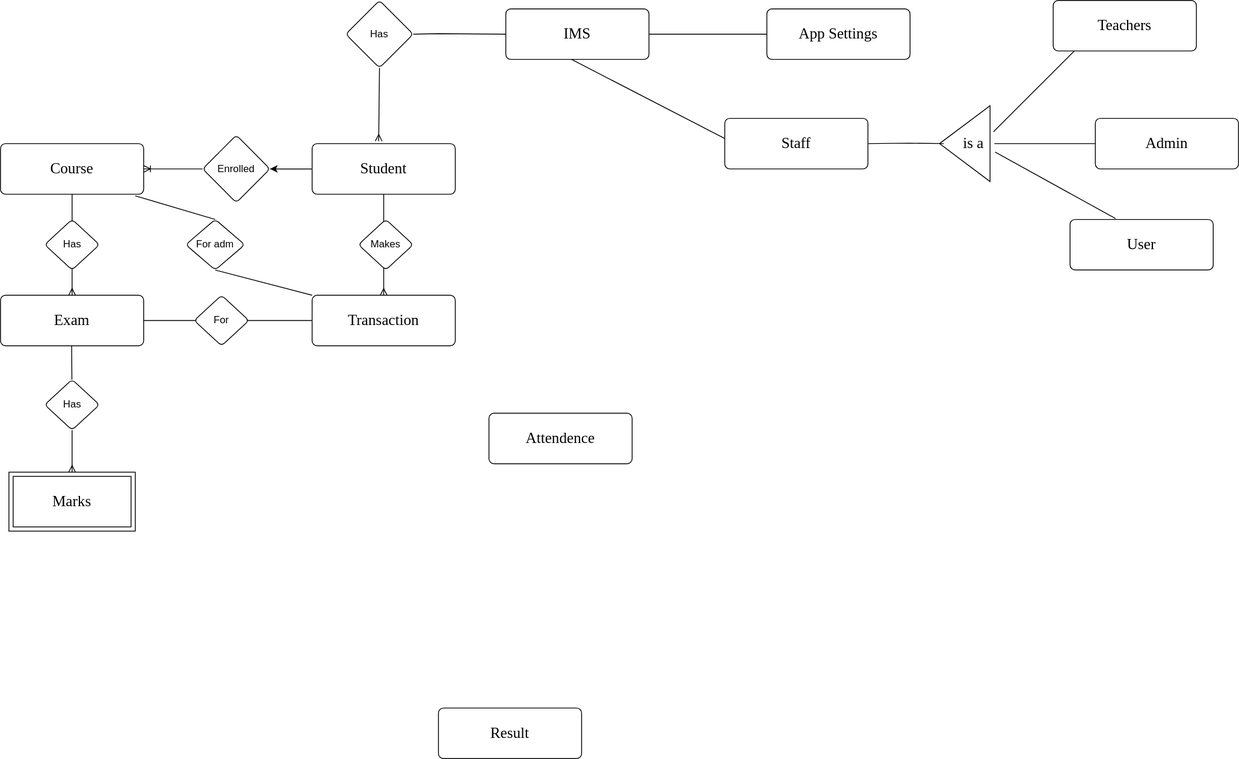
The draw.io diagram IMS E-R .drawio.svg in IshuPrabhakar/Institute-Management-System, before a commit. Source tidied: cells renumbered, new cells last; positions are measured from the earlier drawing's top-left corner, leaving out a move shared by most shapes.
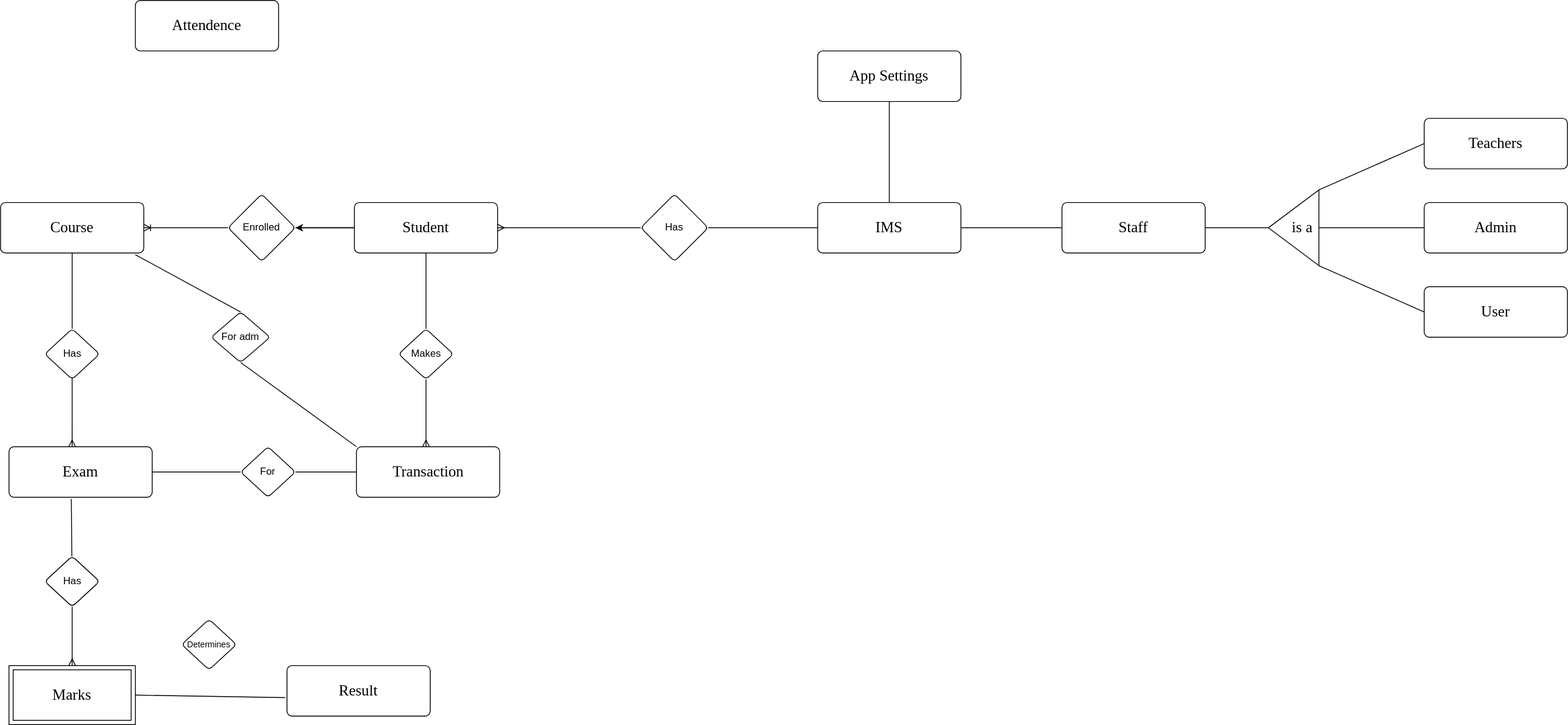
Above is the later version.

The edit, as a diff of the source:
```diff
@@ -7,52 +7,52 @@
     </mxCell>
     <object id="3" label="&lt;font face=&quot;Poppins&quot; style=&quot;font-size: 18px;&quot;&gt;Student&lt;/font&gt;" placeholders="1">
       <mxCell style="rounded=1;arcSize=10;whiteSpace=wrap;html=1;align=center;" parent="1" vertex="1">
-        <mxGeometry x="370" y="170" width="170" height="60" as="geometry" />
+        <mxGeometry x="50" width="170" height="60" as="geometry" />
       </mxCell>
     </object>
     <object id="4" label="&lt;font face=&quot;Poppins&quot; style=&quot;font-size: 18px;&quot;&gt;Course&lt;/font&gt;" placeholders="1">
       <mxCell style="rounded=1;arcSize=10;whiteSpace=wrap;html=1;align=center;" parent="1" vertex="1">
-        <mxGeometry y="170" width="170" height="60" as="geometry" />
+        <mxGeometry x="-370" width="170" height="60" as="geometry" />
       </mxCell>
     </object>
     <object id="5" label="&lt;font face=&quot;Poppins&quot; style=&quot;font-size: 18px;&quot;&gt;Attendence&lt;/font&gt;" placeholders="1">
       <mxCell style="rounded=1;arcSize=10;whiteSpace=wrap;html=1;align=center;" parent="1" vertex="1">
-        <mxGeometry x="580" y="490" width="170" height="60" as="geometry" />
+        <mxGeometry x="-210" y="-240" width="170" height="60" as="geometry" />
       </mxCell>
     </object>
     <object id="6" label="&lt;font face=&quot;Poppins&quot; style=&quot;font-size: 18px;&quot;&gt;Transaction&lt;/font&gt;" placeholders="1">
       <mxCell style="rounded=1;arcSize=10;whiteSpace=wrap;html=1;align=center;" parent="1" vertex="1">
-        <mxGeometry x="370" y="350" width="170" height="60" as="geometry" />
+        <mxGeometry x="52.5" y="290" width="170" height="60" as="geometry" />
       </mxCell>
     </object>
     <object id="7" label="&lt;font face=&quot;Poppins&quot; style=&quot;font-size: 18px;&quot;&gt;Exam&lt;/font&gt;" placeholders="1">
       <mxCell style="rounded=1;arcSize=10;whiteSpace=wrap;html=1;align=center;" parent="1" vertex="1">
-        <mxGeometry y="350" width="170" height="60" as="geometry" />
+        <mxGeometry x="-360" y="290" width="170" height="60" as="geometry" />
       </mxCell>
     </object>
     <object id="8" label="&lt;font face=&quot;Poppins&quot; style=&quot;font-size: 18px;&quot;&gt;Staff&lt;/font&gt;" placeholders="1">
       <mxCell style="rounded=1;arcSize=10;whiteSpace=wrap;html=1;align=center;" parent="1" vertex="1">
-        <mxGeometry x="860" y="140" width="170" height="60" as="geometry" />
+        <mxGeometry x="890" width="170" height="60" as="geometry" />
       </mxCell>
     </object>
     <object id="9" label="&lt;font face=&quot;Poppins&quot; style=&quot;font-size: 18px;&quot;&gt;User&lt;/font&gt;" placeholders="1">
       <mxCell style="rounded=1;arcSize=10;whiteSpace=wrap;html=1;align=center;" parent="1" vertex="1">
-        <mxGeometry x="1270" y="260" width="170" height="60" as="geometry" />
+        <mxGeometry x="1320" y="100" width="170" height="60" as="geometry" />
       </mxCell>
     </object>
     <object id="10" label="&lt;font face=&quot;Poppins&quot; style=&quot;font-size: 18px;&quot;&gt;App Settings&lt;/font&gt;" placeholders="1">
       <mxCell style="rounded=1;arcSize=10;whiteSpace=wrap;html=1;align=center;" parent="1" vertex="1">
-        <mxGeometry x="910" y="10" width="170" height="60" as="geometry" />
+        <mxGeometry x="600" y="-180" width="170" height="60" as="geometry" />
       </mxCell>
     </object>
     <object id="11" label="&lt;font face=&quot;Poppins&quot;&gt;&lt;span style=&quot;font-size: 18px;&quot;&gt;Admin&lt;/span&gt;&lt;/font&gt;" placeholders="1">
       <mxCell style="rounded=1;arcSize=10;whiteSpace=wrap;html=1;align=center;" parent="1" vertex="1">
-        <mxGeometry x="1300" y="140" width="170" height="60" as="geometry" />
+        <mxGeometry x="1320" width="170" height="60" as="geometry" />
       </mxCell>
     </object>
     <object id="12" label="&lt;font face=&quot;Poppins&quot;&gt;&lt;span style=&quot;font-size: 18px;&quot;&gt;Result&lt;/span&gt;&lt;/font&gt;" placeholders="1">
       <mxCell style="rounded=1;arcSize=10;whiteSpace=wrap;html=1;align=center;" parent="1" vertex="1">
-        <mxGeometry x="520" y="840" width="170" height="60" as="geometry" />
+        <mxGeometry x="-30" y="550" width="170" height="60" as="geometry" />
       </mxCell>
     </object>
     <mxCell id="13" style="edgeStyle=entityRelationEdgeStyle;fontSize=12;html=1;endArrow=ERoneToMany;rounded=0;fontFamily=Times New Roman;entryX=1;entryY=0.5;entryDx=0;entryDy=0;exitX=0;exitY=0.5;exitDx=0;exitDy=0;startArrow=none;" parent="1" edge="1" source="24" target="4">
@@ -60,110 +60,113 @@
     </mxCell>
     <object id="14" label="&lt;font face=&quot;Poppins&quot; style=&quot;font-size: 18px;&quot;&gt;IMS&lt;/font&gt;" placeholders="1">
       <mxCell style="rounded=1;arcSize=10;whiteSpace=wrap;html=1;align=center;" parent="1" vertex="1">
-        <mxGeometry x="600" y="10" width="170" height="60" as="geometry" />
+        <mxGeometry x="600" width="170" height="60" as="geometry" />
       </mxCell>
     </object>
-    <mxCell id="15" style="endArrow=none;html=1;rounded=0;fontFamily=Times New Roman;fontSize=18;entryX=0;entryY=0.4;entryDx=0;entryDy=0;entryPerimeter=0;exitX=0.459;exitY=1;exitDx=0;exitDy=0;exitPerimeter=0;" parent="1" edge="1" source="14" target="8">
+    <mxCell id="15" style="endArrow=none;html=1;rounded=0;fontFamily=Times New Roman;fontSize=18;entryX=0;entryY=0.5;entryDx=0;entryDy=0;exitX=1;exitY=0.5;exitDx=0;exitDy=0;" parent="1" edge="1" source="14" target="8">
       <mxGeometry relative="1" as="geometry" />
     </mxCell>
-    <mxCell id="16" style="endArrow=none;html=1;rounded=0;fontFamily=Times New Roman;fontSize=18;entryX=0;entryY=0.5;entryDx=0;entryDy=0;" parent="1" edge="1" target="10">
-      <mxGeometry relative="1" as="geometry">
-        <mxPoint x="770" y="40" as="sourcePoint" />
-      </mxGeometry>
+    <mxCell id="16" style="endArrow=none;html=1;rounded=0;fontFamily=Times New Roman;fontSize=18;entryX=0.5;entryY=1;entryDx=0;entryDy=0;exitX=0.5;exitY=0;exitDx=0;exitDy=0;" parent="1" edge="1" source="14" target="10">
+      <mxGeometry relative="1" as="geometry" />
     </mxCell>
     <mxCell id="17" style="verticalLabelPosition=bottom;verticalAlign=top;html=1;shape=mxgraph.basic.acute_triangle;dx=0.5;fontFamily=Times New Roman;fontSize=18;strokeWidth=1;rotation=-90;" parent="1" vertex="1">
-      <mxGeometry x="1100" y="140" width="90" height="60" as="geometry" />
+      <mxGeometry x="1120" width="90" height="60" as="geometry" />
     </mxCell>
     <mxCell id="18" value="is a" style="text;html=1;align=center;verticalAlign=middle;points=[];fillColor=none;strokeColor=none;rounded=0;fontFamily=Times New Roman;fontSize=18;" parent="1" vertex="1">
-      <mxGeometry x="1130" y="150" width="50" height="40" as="geometry" />
+      <mxGeometry x="1150" y="10" width="50" height="40" as="geometry" />
     </mxCell>
-    <mxCell id="19" style="endArrow=none;html=1;rounded=0;fontFamily=Times New Roman;fontSize=18;entryX=0.656;entryY=1.067;entryDx=0;entryDy=0;entryPerimeter=0;startArrow=none;exitX=0.5;exitY=0;exitDx=0;exitDy=0;" parent="1" edge="1" source="21" target="17">
+    <mxCell id="19" style="endArrow=none;html=1;rounded=0;fontFamily=Times New Roman;fontSize=18;startArrow=none;exitX=0;exitY=0.5;exitDx=0;exitDy=0;entryX=1;entryY=1;entryDx=0;entryDy=0;entryPerimeter=0;" parent="1" edge="1" source="21" target="17">
       <mxGeometry relative="1" as="geometry" />
     </mxCell>
-    <mxCell id="20" style="endArrow=none;html=1;rounded=0;fontFamily=Times New Roman;fontSize=18;entryX=0.318;entryY=-0.017;entryDx=0;entryDy=0;exitX=1.02;exitY=0.75;exitDx=0;exitDy=0;exitPerimeter=0;entryPerimeter=0;" parent="1" edge="1" source="18" target="9">
+    <mxCell id="20" style="endArrow=none;html=1;rounded=0;fontFamily=Times New Roman;fontSize=18;entryX=0;entryY=0.5;entryDx=0;entryDy=0;exitX=0;exitY=1;exitDx=0;exitDy=0;exitPerimeter=0;" parent="1" edge="1" source="17" target="9">
       <mxGeometry relative="1" as="geometry" />
     </mxCell>
     <object id="21" label="&lt;font face=&quot;Poppins&quot;&gt;&lt;span style=&quot;font-size: 18px;&quot;&gt;Teachers&lt;/span&gt;&lt;/font&gt;" placeholders="1">
       <mxCell style="rounded=1;arcSize=10;whiteSpace=wrap;html=1;align=center;" parent="1" vertex="1">
-        <mxGeometry x="1250" width="170" height="60" as="geometry" />
+        <mxGeometry x="1320" y="-100" width="170" height="60" as="geometry" />
       </mxCell>
     </object>
-    <mxCell id="22" style="endArrow=none;html=1;rounded=0;fontFamily=Times New Roman;fontSize=18;entryX=0;entryY=0.5;entryDx=0;entryDy=0;" parent="1" edge="1" source="18" target="11">
+    <mxCell id="22" style="endArrow=none;html=1;rounded=0;fontFamily=Times New Roman;fontSize=18;entryX=0;entryY=0.5;entryDx=0;entryDy=0;exitX=0.5;exitY=1;exitDx=0;exitDy=0;exitPerimeter=0;" parent="1" edge="1" source="17" target="11">
       <mxGeometry relative="1" as="geometry" />
     </mxCell>
-    <mxCell id="23" style="endArrow=none;html=1;rounded=0;fontFamily=Times New Roman;fontSize=18;" parent="1" edge="1">
-      <mxGeometry relative="1" as="geometry">
-        <mxPoint x="1030" y="170" as="sourcePoint" />
-        <mxPoint x="1120" y="170" as="targetPoint" />
-        <Array as="points">
-          <mxPoint x="1080" y="169.5" />
-        </Array>
-      </mxGeometry>
+    <mxCell id="23" style="endArrow=none;html=1;rounded=0;fontFamily=Times New Roman;fontSize=18;exitX=1;exitY=0.5;exitDx=0;exitDy=0;entryX=0;entryY=0;entryDx=45;entryDy=0;entryPerimeter=0;" parent="1" edge="1" source="8" target="17">
+      <mxGeometry relative="1" as="geometry" />
     </mxCell>
     <mxCell id="24" value="Enrolled" style="rhombus;whiteSpace=wrap;html=1;rounded=1;arcSize=10;" parent="1" vertex="1">
-      <mxGeometry x="240" y="160" width="80" height="80" as="geometry" />
+      <mxGeometry x="-100" y="-10" width="80" height="80" as="geometry" />
     </mxCell>
     <mxCell id="25" style="fontSize=12;html=1;endArrow=none;rounded=0;fontFamily=Times New Roman;entryX=1;entryY=0.5;entryDx=0;entryDy=0;exitX=0;exitY=0.5;exitDx=0;exitDy=0;startArrow=none;startFill=0;" parent="1" edge="1" source="3" target="24">
       <mxGeometry relative="1" as="geometry" />
     </mxCell>
     <mxCell id="26" value="Has" style="rhombus;whiteSpace=wrap;html=1;rounded=1;arcSize=10;" parent="1" vertex="1">
-      <mxGeometry x="410" width="80" height="80" as="geometry" />
+      <mxGeometry x="390" y="-10" width="80" height="80" as="geometry" />
     </mxCell>
-    <mxCell id="27" style="fontSize=12;html=1;endArrow=ERmany;rounded=0;fontFamily=Times New Roman;endFill=0;exitX=0.5;exitY=1;exitDx=0;exitDy=0;entryX=0.465;entryY=-0.05;entryDx=0;entryDy=0;entryPerimeter=0;" parent="1" edge="1" source="26" target="3">
+    <mxCell id="27" style="fontSize=12;html=1;endArrow=ERmany;rounded=0;fontFamily=Times New Roman;endFill=0;exitX=0;exitY=0.5;exitDx=0;exitDy=0;entryX=1;entryY=0.5;entryDx=0;entryDy=0;" parent="1" edge="1" source="26" target="3">
       <mxGeometry relative="1" as="geometry" />
     </mxCell>
     <mxCell id="28" style="endArrow=none;html=1;rounded=0;fontFamily=Times New Roman;fontSize=18;exitX=1;exitY=0.5;exitDx=0;exitDy=0;entryX=0;entryY=0.5;entryDx=0;entryDy=0;" parent="1" edge="1" source="26" target="14">
-      <mxGeometry relative="1" as="geometry">
-        <Array as="points">
-          <mxPoint x="520" y="39.5" />
-        </Array>
-      </mxGeometry>
+      <mxGeometry relative="1" as="geometry" />
     </mxCell>
     <mxCell id="29" style="html=1;align=right;verticalAlign=bottom;fontFamily=Times New Roman;fontSize=18;strokeWidth=1;" parent="28" vertex="1">
       <mxGeometry x="1" relative="1" as="geometry" />
     </mxCell>
-    <mxCell id="30" style="fontSize=12;html=1;endArrow=ERmany;rounded=0;fontFamily=Times New Roman;endFill=0;exitX=0.5;exitY=1;exitDx=0;exitDy=0;" parent="1" edge="1" source="4">
+    <mxCell id="30" style="fontSize=12;html=1;endArrow=ERmany;rounded=0;fontFamily=Times New Roman;endFill=0;entryX=0.441;entryY=0;entryDx=0;entryDy=0;entryPerimeter=0;startArrow=none;" parent="1" edge="1" target="7">
       <mxGeometry relative="1" as="geometry">
-        <mxPoint x="85" y="350" as="targetPoint" />
+        <mxPoint x="-285" y="200" as="sourcePoint" />
       </mxGeometry>
     </mxCell>
-    <mxCell id="31" value="Has" style="rhombus;whiteSpace=wrap;html=1;rounded=1;arcSize=10;" parent="1" vertex="1">
-      <mxGeometry x="52.5" y="260" width="65" height="60" as="geometry" />
-    </mxCell>
     <mxCell id="32" style="fontSize=12;html=1;endArrow=ERmany;rounded=0;fontFamily=Times New Roman;endFill=0;exitX=0.5;exitY=1;exitDx=0;exitDy=0;startArrow=none;entryX=0.5;entryY=0;entryDx=0;entryDy=0;" parent="1" edge="1" source="33" target="42">
       <mxGeometry relative="1" as="geometry" />
     </mxCell>
     <mxCell id="33" value="Has" style="rhombus;whiteSpace=wrap;html=1;rounded=1;arcSize=10;" parent="1" vertex="1">
-      <mxGeometry x="52.5" y="450" width="65" height="60" as="geometry" />
+      <mxGeometry x="-317.5" y="420" width="65" height="60" as="geometry" />
     </mxCell>
-    <mxCell id="34" style="fontSize=12;html=1;endArrow=none;rounded=0;fontFamily=Times New Roman;endFill=0;exitX=0.5;exitY=1;exitDx=0;exitDy=0;" parent="1" edge="1" target="33">
-      <mxGeometry relative="1" as="geometry">
-        <mxPoint x="84.5" y="410" as="sourcePoint" />
-      </mxGeometry>
+    <mxCell id="34" style="fontSize=12;html=1;endArrow=none;rounded=0;fontFamily=Times New Roman;endFill=0;exitX=0.435;exitY=1.033;exitDx=0;exitDy=0;exitPerimeter=0;" parent="1" edge="1" source="7" target="33">
+      <mxGeometry relative="1" as="geometry" />
     </mxCell>
-    <mxCell id="35" style="fontSize=12;html=1;endArrow=ERmany;rounded=0;fontFamily=Times New Roman;endFill=0;exitX=0.5;exitY=1;exitDx=0;exitDy=0;entryX=0.5;entryY=0;entryDx=0;entryDy=0;entryPerimeter=0;" parent="1" edge="1" source="3" target="6">
-      <mxGeometry relative="1" as="geometry" />
+    <mxCell id="35" style="fontSize=12;html=1;endArrow=ERmany;rounded=0;fontFamily=Times New Roman;endFill=0;exitX=0.5;exitY=1;exitDx=0;exitDy=0;startArrow=none;" parent="1" edge="1" source="36">
+      <mxGeometry relative="1" as="geometry">
+        <mxPoint x="135" y="290" as="targetPoint" />
+      </mxGeometry>
     </mxCell>
-    <mxCell id="36" value="Makes" style="rhombus;whiteSpace=wrap;html=1;rounded=1;arcSize=10;" parent="1" vertex="1">
-      <mxGeometry x="425" y="260" width="65" height="60" as="geometry" />
-    </mxCell>
-    <mxCell id="37" style="endArrow=none;html=1;rounded=0;fontFamily=Times New Roman;fontSize=18;exitX=1;exitY=0.5;exitDx=0;exitDy=0;entryX=0;entryY=0.5;entryDx=0;entryDy=0;" parent="1" edge="1" source="7" target="6">
+    <mxCell id="37" style="endArrow=none;html=1;rounded=0;fontFamily=Times New Roman;fontSize=18;exitX=1;exitY=0.5;exitDx=0;exitDy=0;entryX=0;entryY=0.5;entryDx=0;entryDy=0;startArrow=none;" parent="1" edge="1" source="38" target="6">
       <mxGeometry relative="1" as="geometry" />
     </mxCell>
-    <mxCell id="38" value="For" style="rhombus;whiteSpace=wrap;html=1;rounded=1;arcSize=10;" parent="1" vertex="1">
-      <mxGeometry x="230" y="350" width="65" height="60" as="geometry" />
-    </mxCell>
     <mxCell id="39" style="endArrow=none;html=1;rounded=0;fontFamily=Times New Roman;fontSize=18;entryX=0;entryY=0;entryDx=0;entryDy=0;exitX=0.5;exitY=1;exitDx=0;exitDy=0;startArrow=none;" parent="1" edge="1" source="40" target="6">
       <mxGeometry relative="1" as="geometry" />
     </mxCell>
     <mxCell id="40" value="For adm" style="rhombus;whiteSpace=wrap;html=1;rounded=1;arcSize=10;" parent="1" vertex="1">
-      <mxGeometry x="220" y="260" width="70" height="60" as="geometry" />
+      <mxGeometry x="-120" y="130" width="70" height="60" as="geometry" />
     </mxCell>
     <mxCell id="41" style="endArrow=none;html=1;rounded=0;fontFamily=Times New Roman;fontSize=18;entryX=0.5;entryY=0;entryDx=0;entryDy=0;exitX=0.941;exitY=1.033;exitDx=0;exitDy=0;exitPerimeter=0;" parent="1" edge="1" source="4" target="40">
       <mxGeometry relative="1" as="geometry" />
     </mxCell>
     <mxCell id="42" value="Marks" style="shape=ext;margin=3;double=1;whiteSpace=wrap;html=1;align=center;fontFamily=Poppins;fontSize=18;strokeWidth=1;fontSource=https%3A%2F%2Ffonts.googleapis.com%2Fcss%3Ffamily%3DPoppins;" parent="1" vertex="1">
-      <mxGeometry x="10" y="560" width="150" height="70" as="geometry" />
+      <mxGeometry x="-360" y="550" width="150" height="70" as="geometry" />
     </mxCell>
+    <mxCell id="31" value="Has" style="rhombus;whiteSpace=wrap;html=1;rounded=1;arcSize=10;" parent="1" vertex="1">
+      <mxGeometry x="-317.5" y="150" width="65" height="60" as="geometry" />
+    </mxCell>
+    <mxCell id="43" style="fontSize=12;html=1;endArrow=none;rounded=0;fontFamily=Times New Roman;endFill=0;exitX=0.5;exitY=1;exitDx=0;exitDy=0;" parent="1" edge="1" source="4" target="31">
+      <mxGeometry relative="1" as="geometry" />
+    </mxCell>
+    <mxCell id="38" value="For" style="rhombus;whiteSpace=wrap;html=1;rounded=1;arcSize=10;" parent="1" vertex="1">
+      <mxGeometry x="-85" y="290" width="65" height="60" as="geometry" />
+    </mxCell>
+    <mxCell id="44" style="endArrow=none;html=1;rounded=0;fontFamily=Times New Roman;fontSize=18;exitX=1;exitY=0.5;exitDx=0;exitDy=0;entryX=0;entryY=0.5;entryDx=0;entryDy=0;" parent="1" edge="1" source="7" target="38">
+      <mxGeometry relative="1" as="geometry" />
+    </mxCell>
+    <mxCell id="36" value="Makes" style="rhombus;whiteSpace=wrap;html=1;rounded=1;arcSize=10;" parent="1" vertex="1">
+      <mxGeometry x="102.5" y="150" width="65" height="60" as="geometry" />
+    </mxCell>
+    <mxCell id="45" style="fontSize=12;html=1;endArrow=none;rounded=0;fontFamily=Times New Roman;endFill=0;exitX=0.5;exitY=1;exitDx=0;exitDy=0;entryX=0.5;entryY=0;entryDx=0;entryDy=0;entryPerimeter=0;" parent="1" edge="1" source="3" target="36">
+      <mxGeometry relative="1" as="geometry" />
+    </mxCell>
+    <mxCell id="46" value="&lt;font style=&quot;font-size: 10px;&quot;&gt;Determines&lt;/font&gt;" style="rhombus;whiteSpace=wrap;html=1;rounded=1;arcSize=10;" parent="1" vertex="1">
+      <mxGeometry x="-155" y="495" width="65" height="60" as="geometry" />
+    </mxCell>
+    <mxCell id="47" style="endArrow=none;html=1;rounded=0;fontFamily=Times New Roman;fontSize=18;entryX=-0.012;entryY=0.633;entryDx=0;entryDy=0;entryPerimeter=0;exitX=1;exitY=0.5;exitDx=0;exitDy=0;" parent="1" edge="1" source="42" target="12">
+      <mxGeometry relative="1" as="geometry" />
+    </mxCell>
   </root>
 </mxGraphModel>
```
